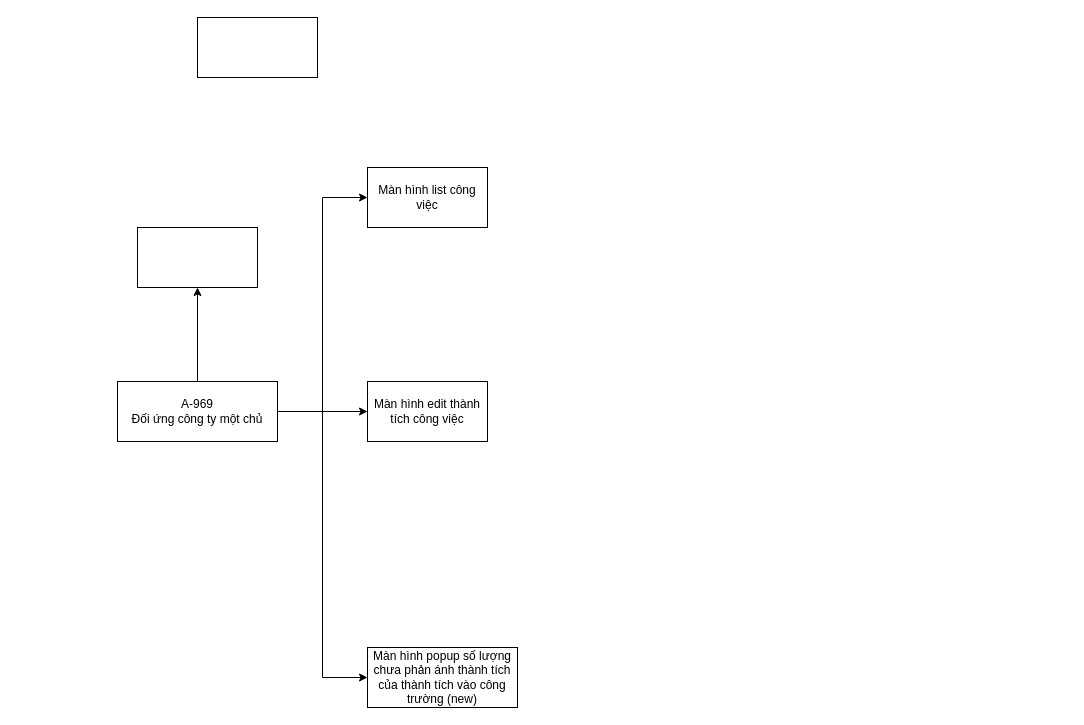
Earlier version of the draw.io diagram page "A-969" (3 of 3) of Biểu đồ không có tiêu đề.drawio (hoangpn256/diagram). Source tidied: cells renumbered, new cells numbered last; positions are measured from the earlier drawing's top-left corner, leaving out a move shared by most shapes. Both pictures are drawn from the tidied source at 100%, with x=0, y=0 at pixel (117, 17).
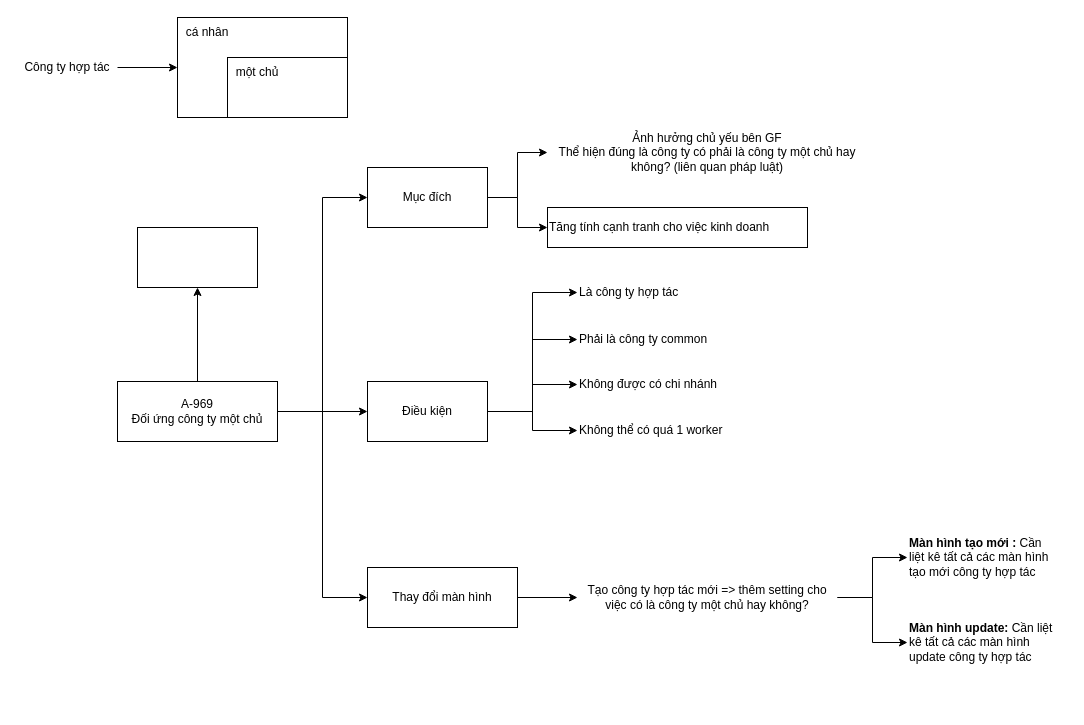
After the change.

Diff of the diagram source:
```diff
@@
+    <mxCell id="12" style="edgeStyle=orthogonalEdgeStyle;rounded=0;jettySize=auto;html=1;exitX=1;exitY=0.5;exitDx=0;exitDy=0;entryX=0;entryY=0.5;entryDx=0;entryDy=0;" parent="1" edge="1" source="8" target="33">
+      <mxGeometry relative="1" as="geometry" />
+    </mxCell>
+    <mxCell id="13" style="edgeStyle=orthogonalEdgeStyle;rounded=0;jettySize=auto;html=1;exitX=1;exitY=0.5;exitDx=0;exitDy=0;" parent="1" edge="1" source="8" target="23">
+      <mxGeometry relative="1" as="geometry" />
+    </mxCell>
-    <mxCell id="8" value="Màn hình list công việc" style="rounded=0;whiteSpace=wrap;html=1;" parent="1" vertex="1">
+    <mxCell id="8" value="Mục đích" style="rounded=0;whiteSpace=wrap;html=1;" parent="1" vertex="1">
       <mxGeometry x="250" y="150" width="120" height="60" as="geometry" />
     </mxCell>
+    <mxCell id="14" style="edgeStyle=orthogonalEdgeStyle;rounded=0;jettySize=auto;html=1;exitX=1;exitY=0.5;exitDx=0;exitDy=0;entryX=0;entryY=0.5;entryDx=0;entryDy=0;" parent="1" edge="1" source="10" target="28">
+      <mxGeometry relative="1" as="geometry" />
+    </mxCell>
+    <mxCell id="15" style="edgeStyle=orthogonalEdgeStyle;rounded=0;jettySize=auto;html=1;exitX=1;exitY=0.5;exitDx=0;exitDy=0;entryX=0;entryY=0.5;entryDx=0;entryDy=0;" parent="1" edge="1" source="10" target="27">
+      <mxGeometry relative="1" as="geometry" />
+    </mxCell>
+    <mxCell id="16" style="edgeStyle=orthogonalEdgeStyle;rounded=0;jettySize=auto;html=1;exitX=1;exitY=0.5;exitDx=0;exitDy=0;entryX=0;entryY=0.5;entryDx=0;entryDy=0;" parent="1" edge="1" source="10" target="26">
+      <mxGeometry relative="1" as="geometry" />
+    </mxCell>
+    <mxCell id="17" style="edgeStyle=orthogonalEdgeStyle;rounded=0;jettySize=auto;html=1;exitX=1;exitY=0.5;exitDx=0;exitDy=0;entryX=0;entryY=0.5;entryDx=0;entryDy=0;" parent="1" edge="1" source="10" target="35">
+      <mxGeometry relative="1" as="geometry" />
+    </mxCell>
+    <mxCell id="10" value="Điều kiện" style="rounded=0;whiteSpace=wrap;html=1;" parent="1" vertex="1">
+      <mxGeometry x="250" y="364" width="120" height="60" as="geometry" />
+    </mxCell>
+    <mxCell id="18" style="edgeStyle=orthogonalEdgeStyle;rounded=0;jettySize=auto;html=1;exitX=1;exitY=0.5;exitDx=0;exitDy=0;entryX=0;entryY=0.5;entryDx=0;entryDy=0;" parent="1" edge="1" source="11" target="31">
+      <mxGeometry relative="1" as="geometry" />
+    </mxCell>
+    <mxCell id="11" value="Thay đổi màn hình" style="rounded=0;whiteSpace=wrap;html=1;" parent="1" vertex="1">
+      <mxGeometry x="250" y="550" width="150" height="60" as="geometry" />
+    </mxCell>
+    <mxCell id="19" style="group;" parent="1" vertex="1">
+      <mxGeometry x="60" width="170" height="100" as="geometry" />
+    </mxCell>
-    <mxCell id="9" style="rounded=0;whiteSpace=wrap;html=1;" parent="1" vertex="1">
-      <mxGeometry x="80" width="120" height="60" as="geometry" />
+    <mxCell id="9" style="rounded=0;whiteSpace=wrap;html=1;" parent="19" vertex="1">
+      <mxGeometry width="170" height="100" as="geometry" />
     </mxCell>
-    <mxCell id="10" value="Màn hình edit thành tích công việc" style="rounded=0;whiteSpace=wrap;html=1;" parent="1" vertex="1">
-      <mxGeometry x="250" y="364" width="120" height="60" as="geometry" />
-    </mxCell>
-    <mxCell id="11" value="Màn hình popup số lượng chưa phản ánh thành tích của thành tích vào công trường (new)" style="rounded=0;whiteSpace=wrap;html=1;" parent="1" vertex="1">
-      <mxGeometry x="250" y="630" width="150" height="60" as="geometry" />
-    </mxCell>
+    <mxCell id="20" value="cá nhân" style="text;html=1;strokeColor=none;fillColor=none;align=center;verticalAlign=middle;whiteSpace=wrap;rounded=0;" parent="19" vertex="1">
+      <mxGeometry width="60" height="30" as="geometry" />
+    </mxCell>
+    <mxCell id="21" style="rounded=0;whiteSpace=wrap;html=1;" parent="19" vertex="1">
+      <mxGeometry x="50" y="40" width="120" height="60" as="geometry" />
+    </mxCell>
+    <mxCell id="22" value="một chủ" style="text;html=1;strokeColor=none;fillColor=none;align=center;verticalAlign=middle;whiteSpace=wrap;rounded=0;" parent="19" vertex="1">
+      <mxGeometry x="50" y="40" width="60" height="30" as="geometry" />
+    </mxCell>
+    <mxCell id="23" value="Tăng tính cạnh tranh cho việc kinh doanh" style="rounded=0;whiteSpace=wrap;html=1;align=left;" parent="1" vertex="1">
+      <mxGeometry x="430" y="190" width="260" height="40" as="geometry" />
+    </mxCell>
+    <mxCell id="24" style="edgeStyle=orthogonalEdgeStyle;rounded=0;jettySize=auto;html=1;exitX=1;exitY=0.5;exitDx=0;exitDy=0;entryX=0;entryY=0.5;entryDx=0;entryDy=0;" parent="1" edge="1" source="25" target="9">
+      <mxGeometry relative="1" as="geometry" />
+    </mxCell>
+    <mxCell id="25" value="Công ty hợp tác" style="text;html=1;strokeColor=none;fillColor=none;align=center;verticalAlign=middle;whiteSpace=wrap;rounded=0;" parent="1" vertex="1">
+      <mxGeometry x="-100" y="27.5" width="100" height="45" as="geometry" />
+    </mxCell>
+    <mxCell id="26" value="Phải là công ty common" style="text;html=1;strokeColor=none;fillColor=none;align=left;verticalAlign=middle;whiteSpace=wrap;rounded=0;" parent="1" vertex="1">
+      <mxGeometry x="460" y="307" width="160" height="30" as="geometry" />
+    </mxCell>
+    <mxCell id="27" value="Là công ty hợp tác" style="text;html=1;strokeColor=none;fillColor=none;align=left;verticalAlign=middle;whiteSpace=wrap;rounded=0;" parent="1" vertex="1">
+      <mxGeometry x="460" y="260" width="160" height="30" as="geometry" />
+    </mxCell>
+    <mxCell id="28" value="Không được có chi nhánh" style="text;html=1;strokeColor=none;fillColor=none;align=left;verticalAlign=middle;whiteSpace=wrap;rounded=0;" parent="1" vertex="1">
+      <mxGeometry x="460" y="352" width="160" height="30" as="geometry" />
+    </mxCell>
+    <mxCell id="29" style="edgeStyle=orthogonalEdgeStyle;rounded=0;jettySize=auto;html=1;exitX=1;exitY=0.5;exitDx=0;exitDy=0;" parent="1" edge="1" source="31" target="32">
+      <mxGeometry relative="1" as="geometry" />
+    </mxCell>
+    <mxCell id="30" style="edgeStyle=orthogonalEdgeStyle;rounded=0;jettySize=auto;html=1;exitX=1;exitY=0.5;exitDx=0;exitDy=0;entryX=0;entryY=0.5;entryDx=0;entryDy=0;" parent="1" edge="1" source="31" target="34">
+      <mxGeometry relative="1" as="geometry" />
+    </mxCell>
+    <mxCell id="31" value="Tạo công ty hợp tác mới =&amp;gt; thêm setting cho việc có là công ty một chủ hay không?" style="text;html=1;strokeColor=none;fillColor=none;align=center;verticalAlign=middle;whiteSpace=wrap;rounded=0;" parent="1" vertex="1">
+      <mxGeometry x="460" y="560" width="260" height="40" as="geometry" />
+    </mxCell>
+    <mxCell id="32" value="&lt;b&gt;Màn hình tạo mới :&amp;nbsp;&lt;/b&gt;Cần liệt kê tất cả các màn hình tạo mới công ty hợp tác" style="text;html=1;strokeColor=none;fillColor=none;align=left;verticalAlign=middle;whiteSpace=wrap;rounded=0;" parent="1" vertex="1">
+      <mxGeometry x="790" y="510" width="150" height="60" as="geometry" />
+    </mxCell>
+    <mxCell id="33" value="&lt;span style=&quot;text-align: left;&quot;&gt;Ảnh hưởng chủ yếu bên GF&lt;/span&gt;&lt;br style=&quot;text-align: left;&quot;&gt;&lt;span style=&quot;text-align: left;&quot;&gt;Thể hiện đúng là công ty có phải là công ty một chủ hay không? (liên quan pháp luật)&lt;/span&gt;" style="text;html=1;strokeColor=none;fillColor=none;align=center;verticalAlign=middle;whiteSpace=wrap;rounded=0;" parent="1" vertex="1">
+      <mxGeometry x="430" y="110" width="320" height="50" as="geometry" />
+    </mxCell>
+    <mxCell id="34" value="&lt;b&gt;Màn hình&lt;/b&gt; &lt;b&gt;update:&amp;nbsp;&lt;/b&gt;Cần liệt kê tất cả các màn hình update công ty hợp tác&amp;nbsp;" style="text;html=1;strokeColor=none;fillColor=none;align=left;verticalAlign=middle;whiteSpace=wrap;rounded=0;" parent="1" vertex="1">
+      <mxGeometry x="790" y="600" width="160" height="50" as="geometry" />
+    </mxCell>
+    <mxCell id="35" value="Không thể có quá 1 worker" style="text;html=1;strokeColor=none;fillColor=none;align=left;verticalAlign=middle;whiteSpace=wrap;rounded=0;" parent="1" vertex="1">
+      <mxGeometry x="460" y="398" width="160" height="30" as="geometry" />
+    </mxCell>
```
